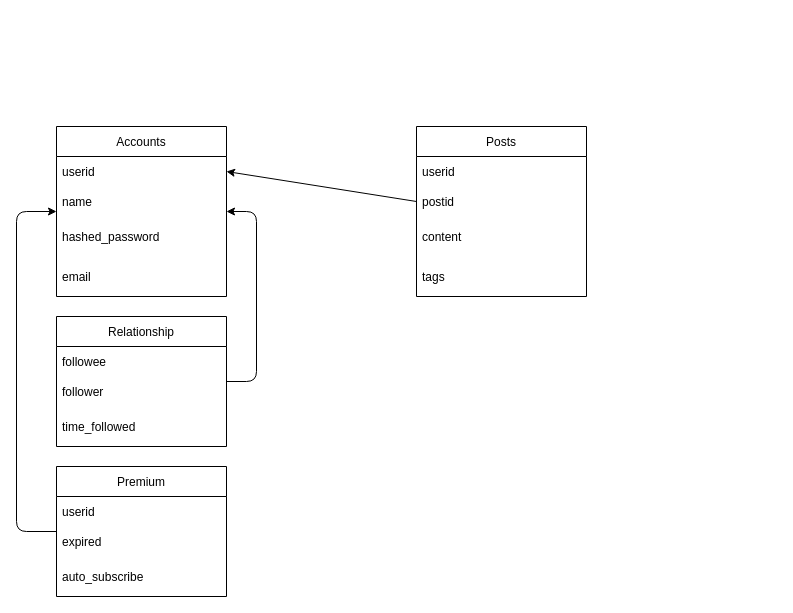
Earlier version of the draw.io diagram databases.drawio (thevuong8000/497S). Source tidied: cells renumbered, new cells numbered last; positions are measured from the earlier drawing's top-left corner, leaving out a move shared by most shapes. Both pictures are drawn from the tidied source at 100%, with x=0, y=0 at pixel (-34, 126).
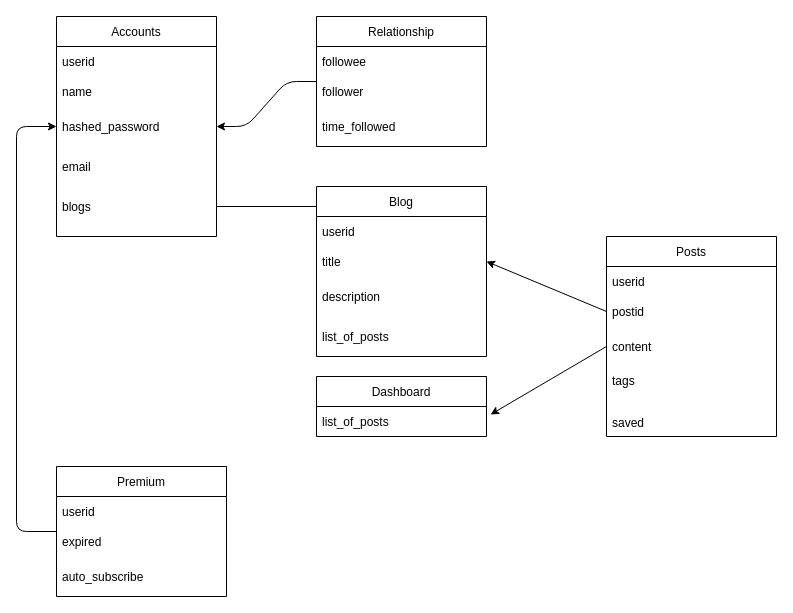
After the change.

Commit message (it also covers changes not shown here):
Added user's blogs to user's account

Diff of the diagram source:
```diff
@@
     <mxCell id="2" value="Accounts" style="swimlane;fontStyle=0;horizontal=1;startSize=30;" parent="1" vertex="1">
-      <mxGeometry x="90" width="170" height="170" as="geometry" />
+      <mxGeometry x="90" y="-110" width="160" height="220" as="geometry" />
     </mxCell>
-    <mxCell id="3" value="userid" style="text;strokeColor=none;fillColor=none;align=left;verticalAlign=middle;spacingLeft=4;spacingRight=4;overflow=hidden;points=[[0,0.5],[1,0.5]];portConstraint=eastwest;" parent="2" vertex="1">
-      <mxGeometry y="30" width="170" height="30" as="geometry" />
-    </mxCell>
-    <mxCell id="4" value="name" style="text;strokeColor=none;fillColor=none;align=left;verticalAlign=middle;spacingLeft=4;spacingRight=4;overflow=hidden;" parent="2" vertex="1">
-      <mxGeometry y="60" width="170" height="30" as="geometry" />
-    </mxCell>
-    <mxCell id="5" value="hashed_password" style="text;strokeColor=none;fillColor=none;align=left;verticalAlign=middle;spacingLeft=4;spacingRight=4;overflow=hidden;" parent="2" vertex="1">
-      <mxGeometry y="90" width="170" height="40" as="geometry" />
-    </mxCell>
-    <mxCell id="6" value="email" style="text;strokeColor=none;fillColor=none;align=left;verticalAlign=middle;spacingLeft=4;spacingRight=4;overflow=hidden;" parent="2" vertex="1">
-      <mxGeometry y="130" width="170" height="40" as="geometry" />
-    </mxCell>
@@
+    <mxCell id="17" value="Posts" style="swimlane;fontStyle=0;horizontal=1;startSize=30;" parent="1" vertex="1">
+      <mxGeometry x="640" y="110" width="170" height="200" as="geometry" />
+    </mxCell>
+    <mxCell id="22" style="edgeStyle=none;html=1;exitX=0;exitY=0.5;exitDx=0;exitDy=0;entryX=1;entryY=0.5;entryDx=0;entryDy=0;" parent="1" edge="1" source="19" target="27">
+      <mxGeometry relative="1" as="geometry" />
+    </mxCell>
+    <mxCell id="23" style="edgeStyle=none;html=1;" parent="1" edge="1" source="24">
+      <mxGeometry relative="1" as="geometry">
+        <mxPoint x="370" y="80" as="targetPoint" />
+      </mxGeometry>
+    </mxCell>
+    <mxCell id="24" value="blogs" style="text;strokeColor=none;fillColor=none;align=left;verticalAlign=middle;spacingLeft=4;spacingRight=4;overflow=hidden;points=[[0,0.5],[1,0.5]];portConstraint=eastwest;" parent="1" vertex="1">
+      <mxGeometry x="90" y="60" width="160" height="40" as="geometry" />
+    </mxCell>
+    <mxCell id="3" value="userid" style="text;strokeColor=none;fillColor=none;align=left;verticalAlign=middle;spacingLeft=4;spacingRight=4;overflow=hidden;points=[[0,0.5],[1,0.5]];portConstraint=eastwest;" parent="1" vertex="1">
+      <mxGeometry x="90" y="-80" width="160" height="30" as="geometry" />
+    </mxCell>
+    <mxCell id="4" value="name" style="text;strokeColor=none;fillColor=none;align=left;verticalAlign=middle;spacingLeft=4;spacingRight=4;overflow=hidden;" parent="1" vertex="1">
+      <mxGeometry x="90" y="-50" width="160" height="30" as="geometry" />
+    </mxCell>
+    <mxCell id="5" value="hashed_password" style="text;strokeColor=none;fillColor=none;align=left;verticalAlign=middle;spacingLeft=4;spacingRight=4;overflow=hidden;" parent="1" vertex="1">
+      <mxGeometry x="90" y="-20" width="160" height="40" as="geometry" />
+    </mxCell>
+    <mxCell id="6" value="email" style="text;strokeColor=none;fillColor=none;align=left;verticalAlign=middle;spacingLeft=4;spacingRight=4;overflow=hidden;" parent="1" vertex="1">
+      <mxGeometry x="90" y="20" width="160" height="40" as="geometry" />
+    </mxCell>
+    <mxCell id="25" value="Blog" style="swimlane;fontStyle=0;horizontal=1;startSize=30;" parent="1" vertex="1">
+      <mxGeometry x="350" y="60" width="170" height="170" as="geometry" />
+    </mxCell>
+    <mxCell id="26" value="userid" style="text;strokeColor=none;fillColor=none;align=left;verticalAlign=middle;spacingLeft=4;spacingRight=4;overflow=hidden;" parent="25" vertex="1">
+      <mxGeometry y="30" width="170" height="30" as="geometry" />
+    </mxCell>
+    <mxCell id="27" value="title" style="text;strokeColor=none;fillColor=none;align=left;verticalAlign=middle;spacingLeft=4;spacingRight=4;overflow=hidden;points=[[0,0.5],[1,0.5]];portConstraint=eastwest;" parent="25" vertex="1">
+      <mxGeometry y="60" width="170" height="30" as="geometry" />
+    </mxCell>
+    <mxCell id="28" value="description" style="text;strokeColor=none;fillColor=none;align=left;verticalAlign=middle;spacingLeft=4;spacingRight=4;overflow=hidden;" parent="25" vertex="1">
+      <mxGeometry y="90" width="170" height="40" as="geometry" />
+    </mxCell>
+    <mxCell id="29" value="list_of_posts" style="text;strokeColor=none;fillColor=none;align=left;verticalAlign=middle;spacingLeft=4;spacingRight=4;overflow=hidden;" parent="25" vertex="1">
+      <mxGeometry y="130" width="170" height="40" as="geometry" />
+    </mxCell>
+    <mxCell id="30" style="group;" parent="1" vertex="1">
+      <mxGeometry x="350" y="-110" width="170" height="130" as="geometry" />
+    </mxCell>
-    <mxCell id="13" value="Relationship" style="swimlane;fontStyle=0;horizontal=1;startSize=30;" parent="1" vertex="1">
-      <mxGeometry x="90" y="190" width="170" height="130" as="geometry" />
+    <mxCell id="13" value="Relationship" style="swimlane;fontStyle=0;horizontal=1;startSize=30;" parent="30" vertex="1">
+      <mxGeometry width="170" height="130" as="geometry" />
     </mxCell>
-    <mxCell id="14" value="followee    " style="text;strokeColor=none;fillColor=none;align=left;verticalAlign=middle;spacingLeft=4;spacingRight=4;overflow=hidden;" parent="13" vertex="1">
+    <mxCell id="14" value="followee    " style="text;strokeColor=none;fillColor=none;align=left;verticalAlign=middle;spacingLeft=4;spacingRight=4;overflow=hidden;" parent="30" vertex="1">
       <mxGeometry y="30" width="170" height="30" as="geometry" />
     </mxCell>
-    <mxCell id="15" value="follower" style="text;strokeColor=none;fillColor=none;align=left;verticalAlign=middle;spacingLeft=4;spacingRight=4;overflow=hidden;" parent="13" vertex="1">
+    <mxCell id="15" value="follower" style="text;strokeColor=none;fillColor=none;align=left;verticalAlign=middle;spacingLeft=4;spacingRight=4;overflow=hidden;" parent="30" vertex="1">
       <mxGeometry y="60" width="170" height="30" as="geometry" />
     </mxCell>
-    <mxCell id="16" value="time_followed" style="text;strokeColor=none;fillColor=none;align=left;verticalAlign=middle;spacingLeft=4;spacingRight=4;overflow=hidden;" parent="13" vertex="1">
+    <mxCell id="16" value="time_followed" style="text;strokeColor=none;fillColor=none;align=left;verticalAlign=middle;spacingLeft=4;spacingRight=4;overflow=hidden;" parent="30" vertex="1">
       <mxGeometry y="90" width="170" height="40" as="geometry" />
     </mxCell>
-    <mxCell id="17" value="Posts" style="swimlane;fontStyle=0;horizontal=1;startSize=30;" parent="1" vertex="1">
-      <mxGeometry x="450" width="170" height="170" as="geometry" />
-    </mxCell>
+    <mxCell id="31" value="Dashboard" style="swimlane;fontStyle=0;horizontal=1;startSize=30;" parent="1" vertex="1">
+      <mxGeometry x="350" y="250" width="170" height="60" as="geometry" />
+    </mxCell>
+    <mxCell id="32" value="list_of_posts" style="text;strokeColor=none;fillColor=none;align=left;verticalAlign=middle;spacingLeft=4;spacingRight=4;overflow=hidden;points=[[0,0.5],[1,0.5]];portConstraint=eastwest;" parent="31" vertex="1">
+      <mxGeometry y="30" width="170" height="30" as="geometry" />
+    </mxCell>
+    <mxCell id="33" style="edgeStyle=none;html=1;exitX=0;exitY=0.5;exitDx=0;exitDy=0;entryX=1.024;entryY=0.267;entryDx=0;entryDy=0;entryPerimeter=0;" parent="1" edge="1" source="20" target="32">
+      <mxGeometry relative="1" as="geometry" />
+    </mxCell>
-    <mxCell id="18" value="userid" style="text;strokeColor=none;fillColor=none;align=left;verticalAlign=middle;spacingLeft=4;spacingRight=4;overflow=hidden;" parent="17" vertex="1">
-      <mxGeometry y="30" width="170" height="30" as="geometry" />
+    <mxCell id="18" value="userid" style="text;strokeColor=none;fillColor=none;align=left;verticalAlign=middle;spacingLeft=4;spacingRight=4;overflow=hidden;" parent="1" vertex="1">
+      <mxGeometry x="640" y="140" width="170" height="30" as="geometry" />
     </mxCell>
-    <mxCell id="19" value="postid" style="text;strokeColor=none;fillColor=none;align=left;verticalAlign=middle;spacingLeft=4;spacingRight=4;overflow=hidden;points=[[0,0.5],[1,0.5]];portConstraint=eastwest;" parent="17" vertex="1">
-      <mxGeometry y="60" width="170" height="30" as="geometry" />
+    <mxCell id="19" value="postid" style="text;strokeColor=none;fillColor=none;align=left;verticalAlign=middle;spacingLeft=4;spacingRight=4;overflow=hidden;points=[[0,0.5],[1,0.5]];portConstraint=eastwest;" parent="1" vertex="1">
+      <mxGeometry x="640" y="170" width="170" height="30" as="geometry" />
     </mxCell>
-    <mxCell id="20" value="content" style="text;strokeColor=none;fillColor=none;align=left;verticalAlign=middle;spacingLeft=4;spacingRight=4;overflow=hidden;points=[[0,0.5],[1,0.5]];portConstraint=eastwest;" parent="17" vertex="1">
-      <mxGeometry y="90" width="170" height="40" as="geometry" />
+    <mxCell id="20" value="content" style="text;strokeColor=none;fillColor=none;align=left;verticalAlign=middle;spacingLeft=4;spacingRight=4;overflow=hidden;points=[[0,0.5],[1,0.5]];portConstraint=eastwest;" parent="1" vertex="1">
+      <mxGeometry x="640" y="200" width="170" height="40" as="geometry" />
     </mxCell>
-    <mxCell id="21" value="tags" style="text;strokeColor=none;fillColor=none;align=left;verticalAlign=middle;spacingLeft=4;spacingRight=4;overflow=hidden;" parent="17" vertex="1">
-      <mxGeometry y="130" width="170" height="40" as="geometry" />
+    <mxCell id="21" value="tags&#10;&#10;&#10;saved" style="text;strokeColor=none;fillColor=none;align=left;verticalAlign=middle;spacingLeft=4;spacingRight=4;overflow=hidden;" parent="1" vertex="1">
+      <mxGeometry x="640" y="240" width="170" height="70" as="geometry" />
     </mxCell>
-    <mxCell id="22" style="edgeStyle=none;html=1;exitX=0;exitY=0.5;exitDx=0;exitDy=0;entryX=1;entryY=0.5;entryDx=0;entryDy=0;" parent="1" edge="1" source="19" target="3">
-      <mxGeometry relative="1" as="geometry" />
-    </mxCell>
```
